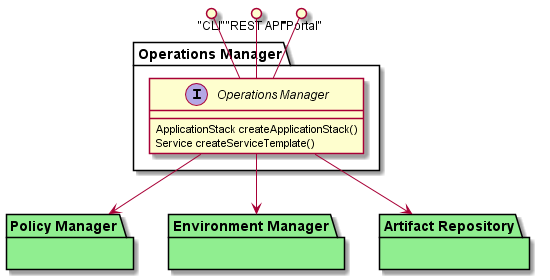
The PlantUML diagram docs/Solution/Operations-Manager/Logical.png in CAADE/C3, before a commit.
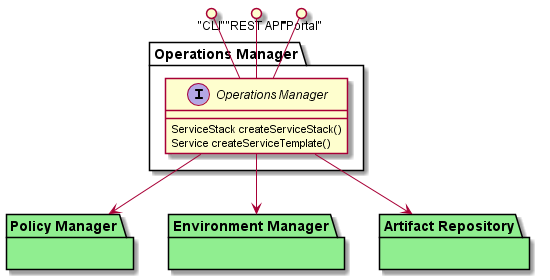
Later version of the same file.

The edit, as a diff of the source:
```diff
@@ -2,7 +2,7 @@
 
 package "Operations Manager" {
   interface "Operations Manager" {
-      ApplicationStack createApplicationStack()
+      ServiceStack createServiceStack()
       Service createServiceTemplate()
   }
 }
```
